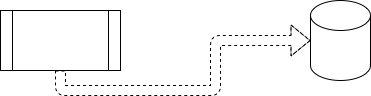
The draw.io diagram Test.drawio.png in MirekF/test2, before a commit. Source tidied: cells renumbered, new cells last; positions are measured from the earlier drawing's top-left corner, leaving out a move shared by most shapes.
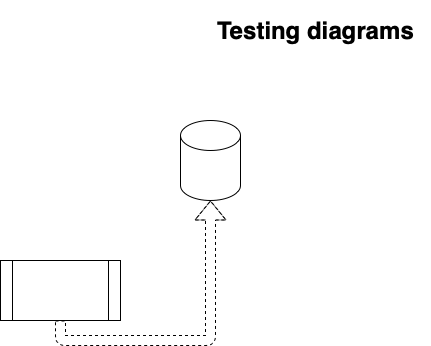
Later version of the same file.

The edit, as a diff of the source:
```diff
@@ -6,10 +6,13 @@
       <mxGeometry relative="1" as="geometry" />
     </mxCell>
     <mxCell id="3" style="shape=process;whiteSpace=wrap;html=1;backgroundOutline=1;" parent="1" vertex="1">
-      <mxGeometry y="10" width="120" height="60" as="geometry" />
+      <mxGeometry x="-140" y="-120" width="120" height="60" as="geometry" />
     </mxCell>
     <mxCell id="4" style="shape=cylinder3;whiteSpace=wrap;html=1;boundedLbl=1;backgroundOutline=1;size=15;" parent="1" vertex="1">
-      <mxGeometry x="310" width="60" height="80" as="geometry" />
+      <mxGeometry x="40" y="-260" width="60" height="80" as="geometry" />
     </mxCell>
+    <mxCell id="5" value="Testing diagrams" style="text;strokeColor=none;fillColor=none;html=1;fontSize=24;fontStyle=1;verticalAlign=middle;align=center;" parent="1" vertex="1">
+      <mxGeometry x="60" y="-380" width="230" height="60" as="geometry" />
+    </mxCell>
   </root>
 </mxGraphModel>
```
